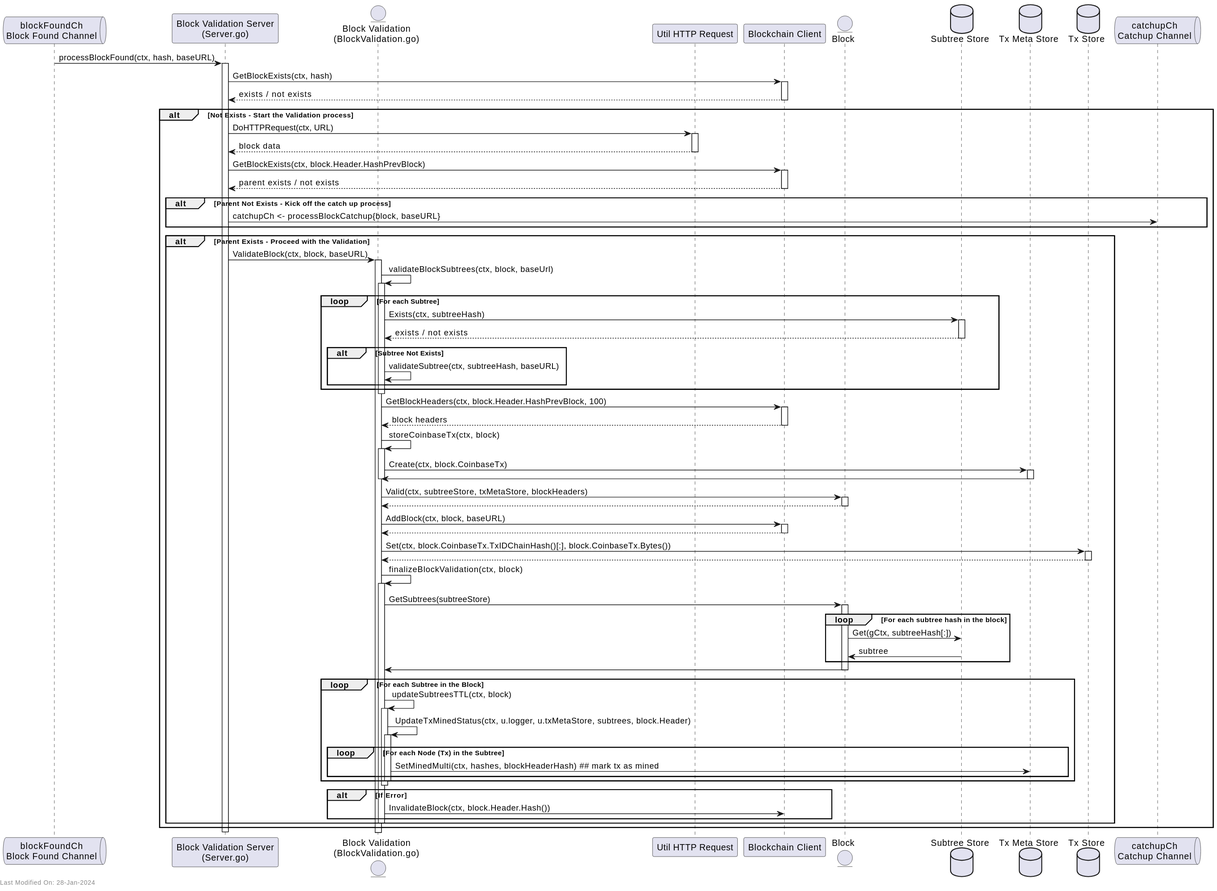
This is docs/services/img/plantuml/blockvalidation/block_validation_p2p_block_validation.svg from freemans13/teranode, a PlantUML export, as it was before one commit. Its source is kept beside it as docs/services/img/plantuml/blockvalidation/block_validation_p2p_block_validation.puml.
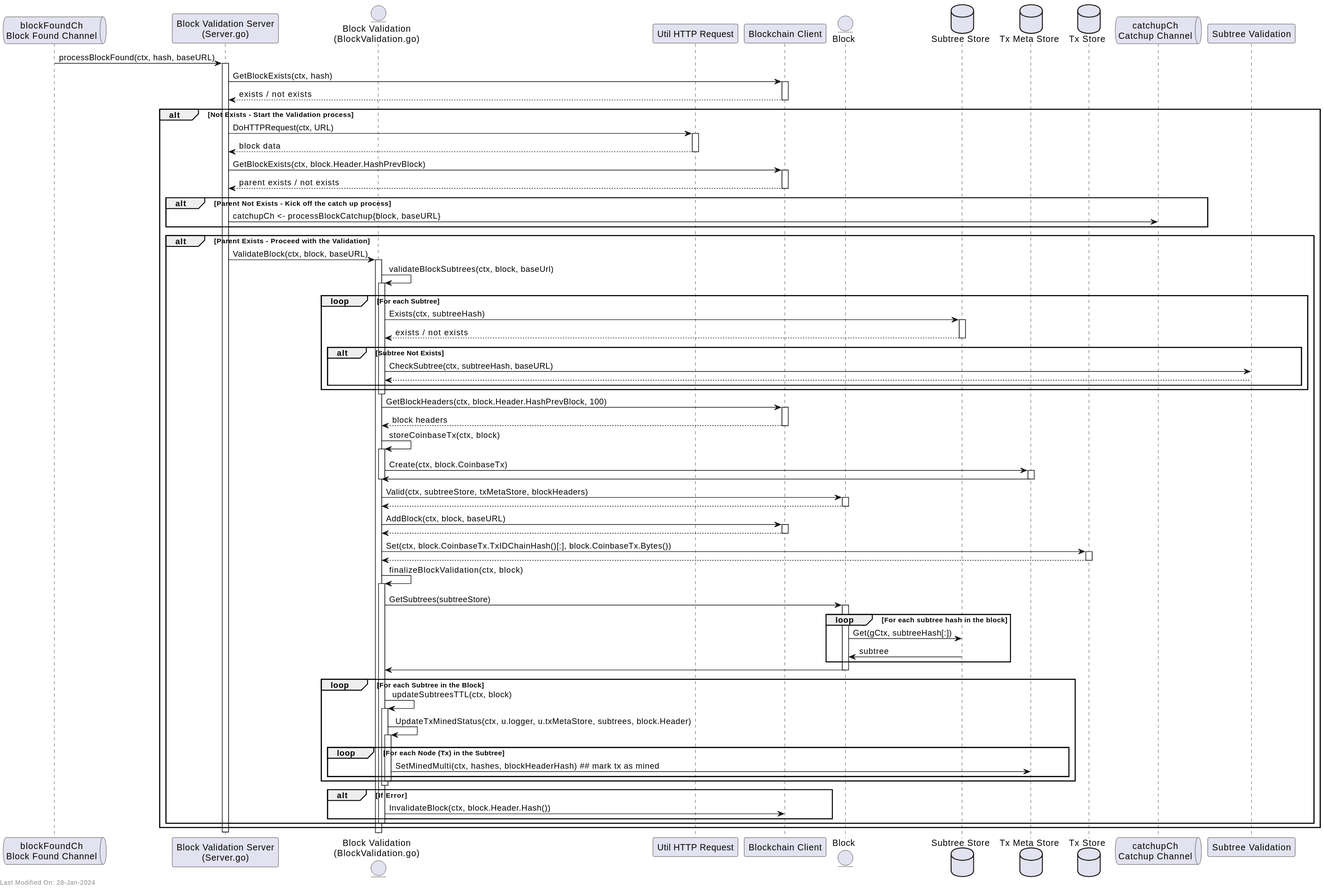
Later version of the same file.

Change to the diagram source:
```diff
@@ -9,6 +9,7 @@
 database "Tx Meta Store" as TxMetaStore
 database "Tx Store" as TxStore
 queue "catchupCh\nCatchup Channel" as CCC
+participant "Subtree Validation" as SVS
 
 BFC -> BVS: processBlockFound(ctx, hash, baseURL)
 activate BVS
@@ -47,7 +48,8 @@
        deactivate SubtreeStore
 
         alt Subtree Not Exists
-           BVVB -> BVVB: validateSubtree(ctx, subtreeHash, baseURL)
+           BVVB -> SVS: CheckSubtree(ctx, subtreeHash, baseURL)
+           SVS --> BVVB
         end
     end
 
```
